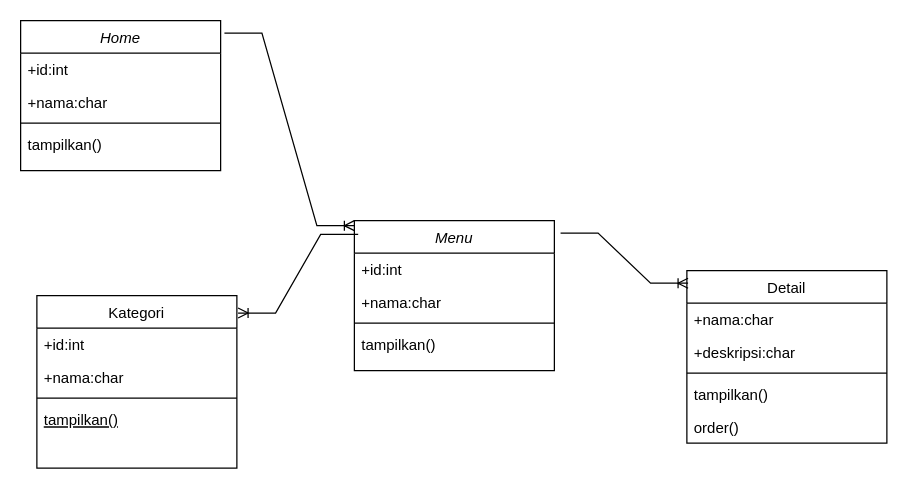
The draw.io diagram Diagram Tanpa Judul.drawio in alficlanjr/Landing-page, before the edit. Source tidied: cells renumbered, new cells numbered last; positions are measured from the earlier drawing's top-left corner, leaving out a move shared by most shapes. Both pictures are drawn from the tidied source at 125%, with x=0, y=0 at pixel (20, 20).
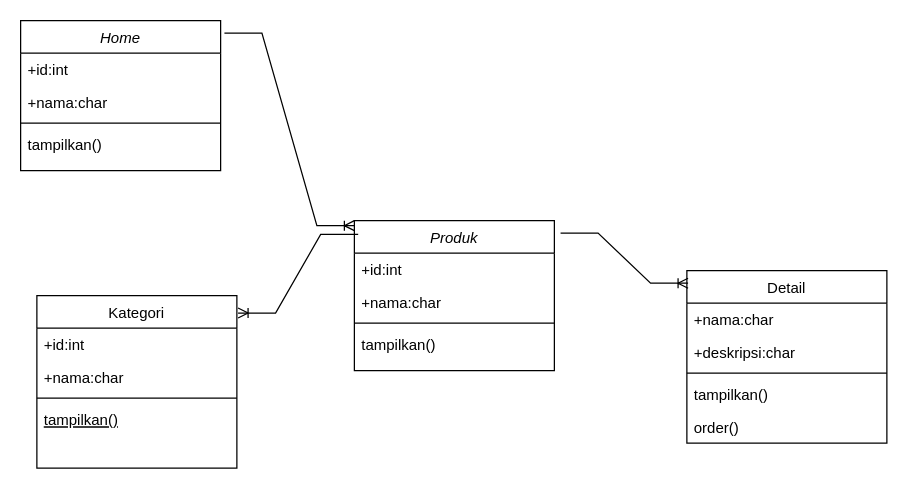
After the change.

Diff of the diagram source:
```diff
@@
-    <mxCell id="2" value="Menu" style="swimlane;fontStyle=2;align=center;verticalAlign=top;horizontal=1;startSize=26;rounded=0;shadow=0;strokeWidth=1;" parent="1" vertex="1">
+    <mxCell id="2" value="Produk" style="swimlane;fontStyle=2;align=center;verticalAlign=top;horizontal=1;startSize=26;rounded=0;shadow=0;strokeWidth=1;" parent="1" vertex="1">
       <mxGeometry x="267" y="160" width="160" height="120" as="geometry" />
     </mxCell>
```
